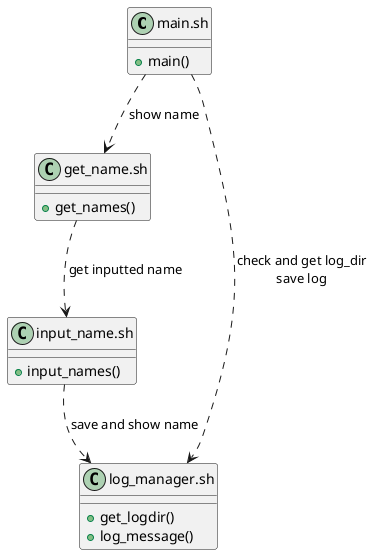
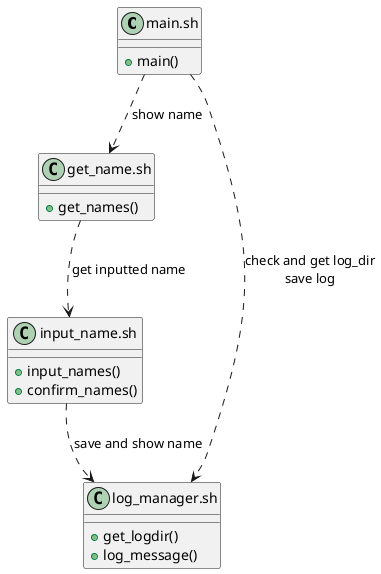
@startuml
	class "main.sh" as main {
		+ main()
	}
	class "input_name.sh" as input {
		+ input_names()
+ 		+ confirm_names()
	}
	class "get_name.sh" as get {
		+ get_names()
	}
	class "log_manager.sh" as log {
		+ get_logdir()
		+ log_message()
	}

main ..> log: check and get log_dir\nsave log
get ..> input: get inputted name
input ..> log: save and show name
main ..> get: show name
@enduml
